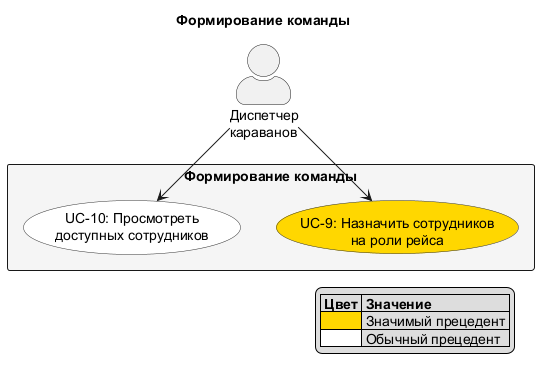
This is docs/diagrams/out/UC_3_Team.png from granikartem/MPI, a PlantUML export, as it was before one commit.
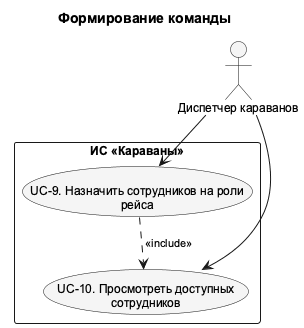
Above is the later version.

Change to the diagram source:
```diff
@@ -1,24 +1,23 @@
 @startuml UC_3_Team
-skinparam actorStyle awesome
-skinparam usecaseBackgroundColor #White
-skinparam usecaseBorderColor #333333
-skinparam rectangleBackgroundColor #F5F5F5
-
+!pragma layout smetana
+skinparam shadowing false
+skinparam defaultFontName Arial
+skinparam defaultFontSize 12
+skinparam backgroundColor white
+skinparam nodesep 75
+skinparam ranksep 100
+skinparam ArrowFontSize 11
+skinparam usecaseBackgroundColor #F5F5F5
+skinparam activityBackgroundColor #F5F5F5
+top to bottom direction
 title Формирование команды
 
-actor "Диспетчер\nкараванов" as Dispatcher
-
-rectangle "Формирование команды" {
-  usecase "UC-9: Назначить сотрудников\nна роли рейса" as UC9 #Gold
-  usecase "UC-10: Просмотреть\nдоступных сотрудников" as UC10
+actor "Диспетчер караванов" as Dispatcher
+rectangle "ИС «Караваны»" as SystemBoundary {
+  usecase "UC-9. Назначить сотрудников на роли\nрейса" as UC9
+  usecase "UC-10. Просмотреть доступных\nсотрудников" as UC10
 }
-
+UC9 ..> UC10 : <<include>>
 Dispatcher --> UC9
 Dispatcher --> UC10
-
-legend right
-  |= Цвет |= Значение |
-  | <#Gold> | Значимый прецедент |
-  | <#White> | Обычный прецедент |
-endlegend
 @enduml
```
